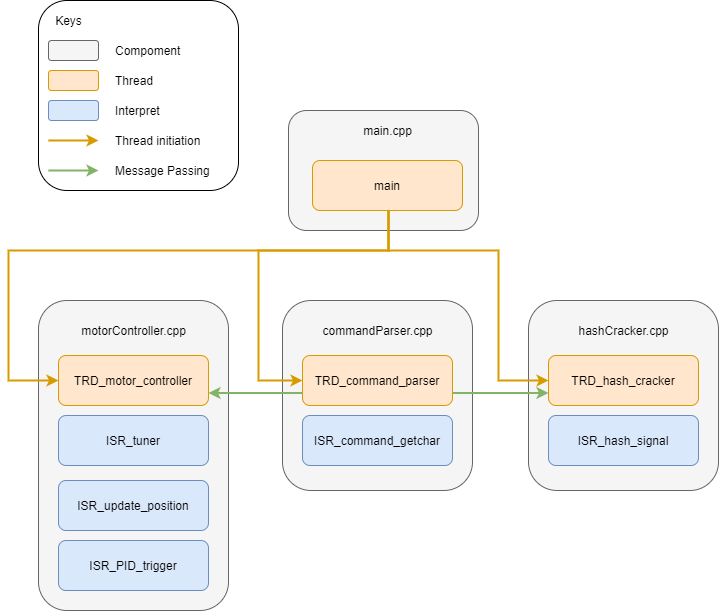
BenShen98/RTOS-MotorControl-HashCompute keeps this draw.io diagram as img/overview.png. Above is the earlier version. Source tidied: cells renumbered, new cells last; positions are measured from the earlier drawing's top-left corner, leaving out a move shared by most shapes.
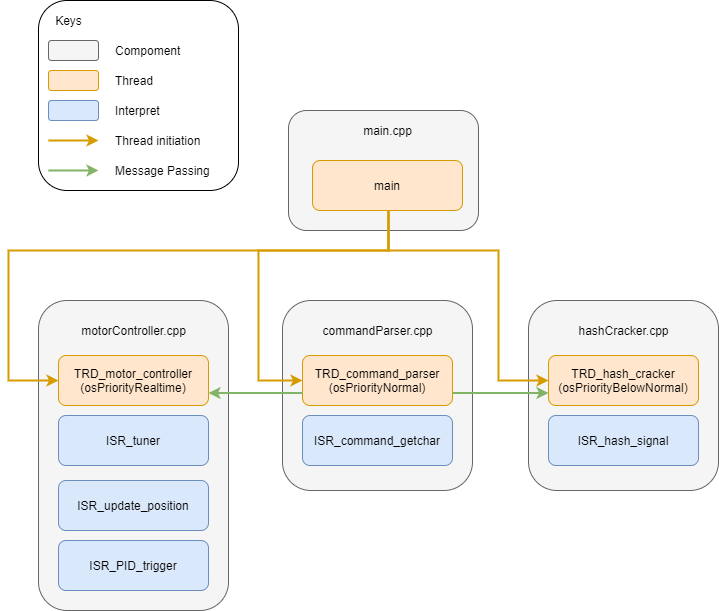
The same diagram one commit later.

Commit message:
finalise report

Change to the diagram source:
```diff
@@ -17,7 +17,7 @@
     <mxCell id="6" value="ISR_command_getchar" style="rounded=1;whiteSpace=wrap;html=1;fillColor=#dae8fc;strokeColor=#6c8ebf;" parent="1" vertex="1">
       <mxGeometry x="294" y="415" width="150" height="50" as="geometry" />
     </mxCell>
-    <mxCell id="7" value="TRD_command_parser" style="rounded=1;whiteSpace=wrap;html=1;fillColor=#ffe6cc;strokeColor=#d79b00;" parent="1" vertex="1">
+    <mxCell id="7" value="TRD_command_parser&lt;br&gt;(osPriorityNormal)" style="rounded=1;whiteSpace=wrap;html=1;fillColor=#ffe6cc;strokeColor=#d79b00;" parent="1" vertex="1">
       <mxGeometry x="294" y="355" width="150" height="50" as="geometry" />
     </mxCell>
     <mxCell id="8" style="rounded=1;whiteSpace=wrap;html=1;fillColor=#f5f5f5;strokeColor=#666666;fontColor=#333333;" parent="1" vertex="1">
@@ -29,7 +29,7 @@
     <mxCell id="10" value="ISR_hash_signal" style="rounded=1;whiteSpace=wrap;html=1;fillColor=#dae8fc;strokeColor=#6c8ebf;" parent="1" vertex="1">
       <mxGeometry x="540" y="415" width="150" height="50" as="geometry" />
     </mxCell>
-    <mxCell id="11" value="TRD_hash_cracker" style="rounded=1;whiteSpace=wrap;html=1;fillColor=#ffe6cc;strokeColor=#d79b00;" parent="1" vertex="1">
+    <mxCell id="11" value="TRD_hash_cracker&lt;br&gt;(osPriorityBelowNormal)" style="rounded=1;whiteSpace=wrap;html=1;fillColor=#ffe6cc;strokeColor=#d79b00;" parent="1" vertex="1">
       <mxGeometry x="540" y="355" width="150" height="50" as="geometry" />
     </mxCell>
     <mxCell id="12" style="rounded=1;whiteSpace=wrap;html=1;fillColor=#f5f5f5;strokeColor=#666666;fontColor=#333333;" parent="1" vertex="1">
@@ -41,7 +41,7 @@
     <mxCell id="14" value="ISR_tuner" style="rounded=1;whiteSpace=wrap;html=1;fillColor=#dae8fc;strokeColor=#6c8ebf;" parent="1" vertex="1">
       <mxGeometry x="50" y="415" width="150" height="50" as="geometry" />
     </mxCell>
-    <mxCell id="15" value="TRD_motor_controller" style="rounded=1;whiteSpace=wrap;html=1;fillColor=#ffe6cc;strokeColor=#d79b00;" parent="1" vertex="1">
+    <mxCell id="15" value="TRD_motor_controller&lt;br&gt;(osPriorityRealtime)" style="rounded=1;whiteSpace=wrap;html=1;fillColor=#ffe6cc;strokeColor=#d79b00;" parent="1" vertex="1">
       <mxGeometry x="50" y="355" width="150" height="50" as="geometry" />
     </mxCell>
     <mxCell id="16" value="ISR_PID_trigger" style="rounded=1;whiteSpace=wrap;html=1;fillColor=#dae8fc;strokeColor=#6c8ebf;" parent="1" vertex="1">
```
